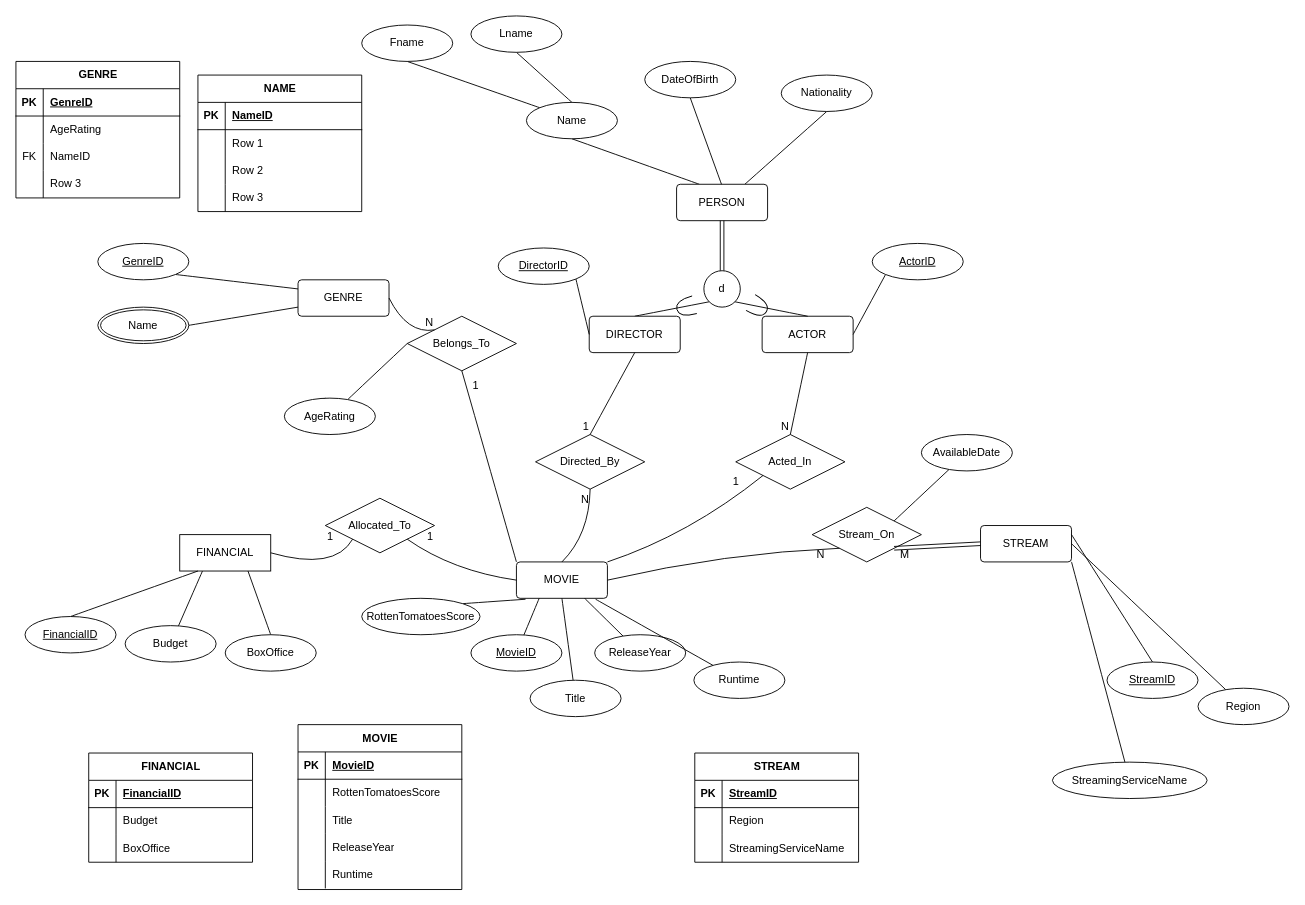
Before: MovieBaseEER.drawio in miguelTrC/MovieBaseDB, a draw.io diagram. Source tidied: cells renumbered, new cells numbered last; positions are measured from the earlier drawing's top-left corner, leaving out a move shared by most shapes. Both pictures are drawn from the tidied source at 91%, with x=0, y=0 at pixel (15, 15).
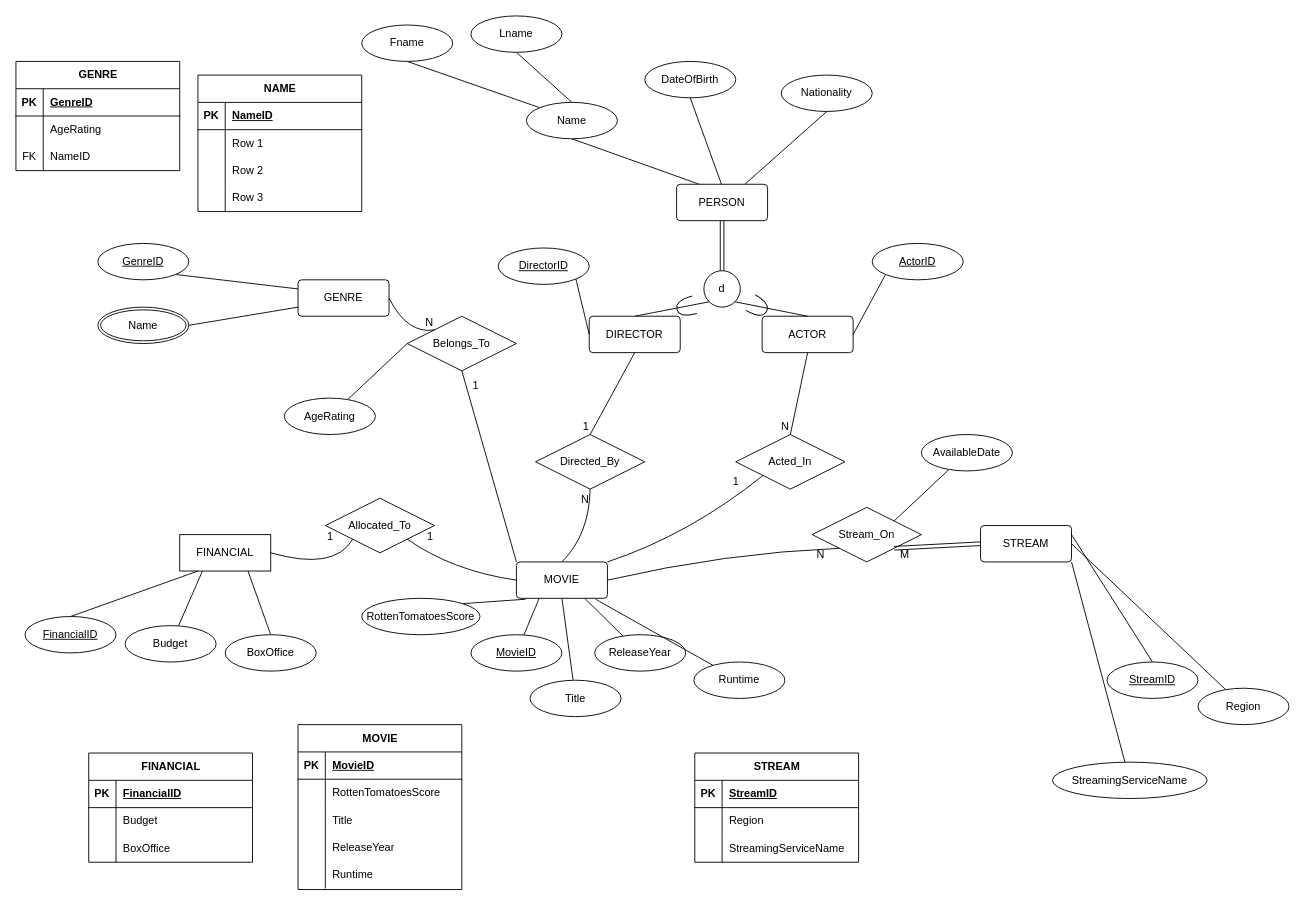
The same page after the edit.

Commit message:
Working on relational tables

What changed in the source:
```diff
@@
     <mxCell id="122" value="GENRE" style="shape=table;startSize=30;childLayout=tableLayout;rowLines=0;fontStyle=1;align=center;html=1;" parent="1" vertex="1">
-      <mxGeometry y="50" width="180" height="150" as="geometry" />
+      <mxGeometry y="50" width="180" height="120" as="geometry" />
     </mxCell>
@@
-    <mxCell id="132" style="shape=tableRow;horizontal=0;startSize=0;swimlaneHead=0;swimlaneBody=0;fillColor=none;top=0;left=0;right=0;bottom=0;" parent="122" vertex="1">
-      <mxGeometry y="120" width="180" height="30" as="geometry" />
-    </mxCell>
-    <mxCell id="133" style="shape=partialRectangle;fillColor=none;top=0;left=0;bottom=0;right=0;overflow=hidden;whiteSpace=wrap;html=1;" parent="132" vertex="1">
-      <mxGeometry width="30" height="30" as="geometry" />
-    </mxCell>
-    <mxCell id="134" value="Row 3" style="shape=partialRectangle;fillColor=none;top=0;left=0;bottom=0;right=0;align=left;spacingLeft=6;overflow=hidden;whiteSpace=wrap;html=1;" parent="132" vertex="1">
-      <mxGeometry x="30" width="150" height="30" as="geometry" />
-    </mxCell>
```
